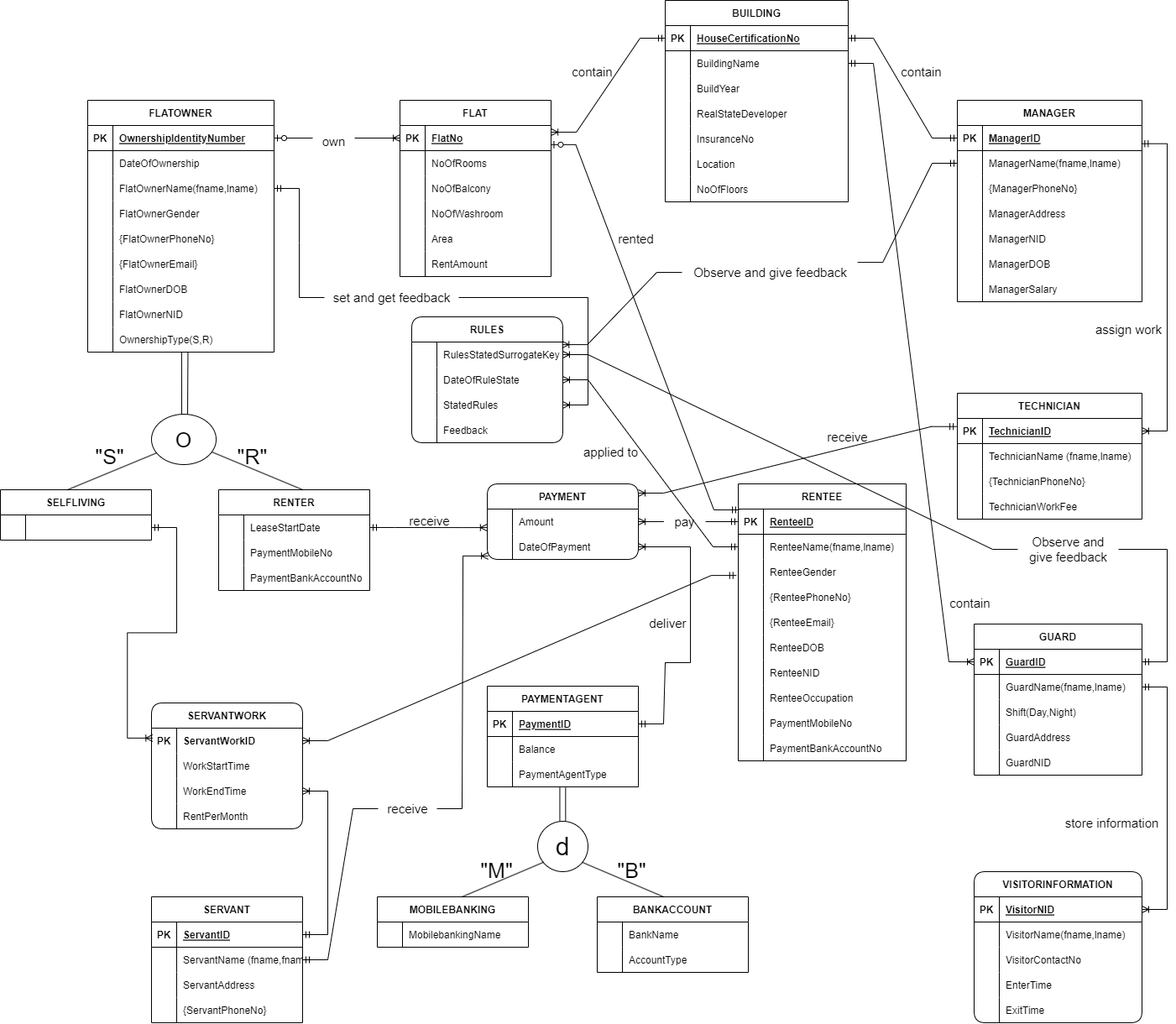
Earlier version of the draw.io export Documentation Pictures/EERD.png (toushifhossain1/Residential-Management-and-Monitoring-System). Source tidied: cells renumbered, new cells last; positions are measured from the earlier drawing's top-left corner, leaving out a move shared by most shapes.
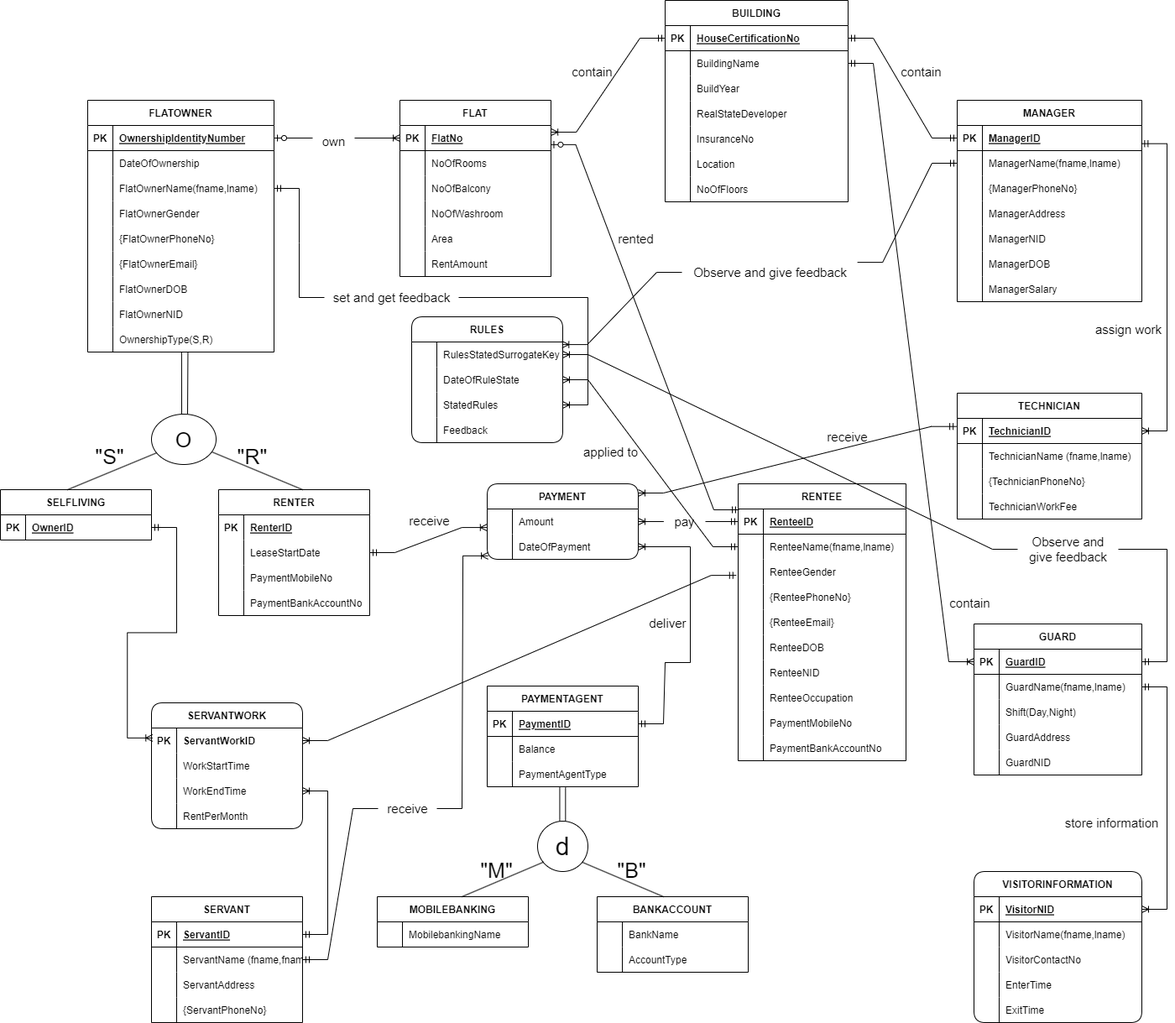
The same diagram one commit later.

Change to the diagram source:
```diff
@@ -3,10 +3,19 @@
     <mxCell id="0" />
     <mxCell id="1" parent="0" />
     <mxCell id="2" value="RENTER" style="shape=table;startSize=30;rowLines=0;fontStyle=1;align=center;" parent="1" vertex="1">
-      <mxGeometry x="260" y="583" width="180" height="120" as="geometry" />
+      <mxGeometry x="260" y="583" width="180" height="150" as="geometry" />
     </mxCell>
+    <mxCell id="306" style="shape=tableRow;horizontal=0;startSize=0;swimlaneHead=0;swimlaneBody=0;fillColor=none;top=0;left=0;right=0;bottom=0;" parent="2" vertex="1">
+      <mxGeometry y="30" width="180" height="30" as="geometry" />
+    </mxCell>
+    <mxCell id="307" value="PK" style="shape=partialRectangle;fillColor=none;top=0;left=0;bottom=0;right=0;overflow=hidden;fontStyle=1;" parent="306" vertex="1">
+      <mxGeometry width="30" height="30" as="geometry" />
+    </mxCell>
+    <mxCell id="308" value="RenterID" style="shape=partialRectangle;fillColor=none;top=0;left=0;bottom=0;right=0;align=left;spacingLeft=6;overflow=hidden;fontStyle=5;" parent="306" vertex="1">
+      <mxGeometry x="30" width="150" height="30" as="geometry" />
+    </mxCell>
     <mxCell id="3" style="shape=tableRow;horizontal=0;startSize=0;swimlaneHead=0;swimlaneBody=0;fillColor=none;points=[[0,0.5],[1,0.5]];portConstraint=eastwest;top=0;left=0;right=0;bottom=0;" parent="2" vertex="1">
-      <mxGeometry y="30" width="180" height="30" as="geometry" />
+      <mxGeometry y="60" width="180" height="30" as="geometry" />
     </mxCell>
     <mxCell id="4" style="shape=partialRectangle;fillColor=none;top=0;left=0;bottom=0;right=0;overflow=hidden;" parent="3" vertex="1">
       <mxGeometry width="30" height="30" as="geometry" />
@@ -15,7 +24,7 @@
       <mxGeometry x="30" width="150" height="30" as="geometry" />
     </mxCell>
     <mxCell id="6" style="shape=tableRow;horizontal=0;startSize=0;swimlaneHead=0;swimlaneBody=0;fillColor=none;top=0;left=0;right=0;bottom=0;" parent="2" vertex="1">
-      <mxGeometry y="60" width="180" height="30" as="geometry" />
+      <mxGeometry y="90" width="180" height="30" as="geometry" />
     </mxCell>
     <mxCell id="7" style="shape=partialRectangle;fillColor=none;top=0;left=0;bottom=0;right=0;overflow=hidden;" parent="6" vertex="1">
       <mxGeometry width="30" height="30" as="geometry" />
@@ -24,7 +33,7 @@
       <mxGeometry x="30" width="150" height="30" as="geometry" />
     </mxCell>
     <mxCell id="9" style="shape=tableRow;horizontal=0;startSize=0;swimlaneHead=0;swimlaneBody=0;fillColor=none;top=0;left=0;right=0;bottom=0;" parent="2" vertex="1">
-      <mxGeometry y="90" width="180" height="30" as="geometry" />
+      <mxGeometry y="120" width="180" height="30" as="geometry" />
     </mxCell>
     <mxCell id="10" style="shape=partialRectangle;fillColor=none;top=0;left=0;bottom=0;right=0;overflow=hidden;" parent="9" vertex="1">
       <mxGeometry width="30" height="30" as="geometry" />
@@ -305,10 +314,10 @@
     <mxCell id="102" style="shape=tableRow;horizontal=0;startSize=0;swimlaneHead=0;swimlaneBody=0;fillColor=none;points=[[0,0.5],[1,0.5]];portConstraint=eastwest;top=0;left=0;right=0;bottom=0;" parent="101" vertex="1">
       <mxGeometry y="30" width="180" height="30" as="geometry" />
     </mxCell>
-    <mxCell id="103" style="shape=partialRectangle;fillColor=none;top=0;left=0;bottom=0;right=0;overflow=hidden;" parent="102" vertex="1">
+    <mxCell id="103" value="PK" style="shape=partialRectangle;fillColor=none;top=0;left=0;bottom=0;right=0;overflow=hidden;fontStyle=1;" parent="102" vertex="1">
       <mxGeometry width="30" height="30" as="geometry" />
     </mxCell>
-    <mxCell id="104" style="shape=partialRectangle;fillColor=none;top=0;left=0;bottom=0;right=0;align=left;spacingLeft=6;overflow=hidden;" parent="102" vertex="1">
+    <mxCell id="104" value="OwnerID" style="shape=partialRectangle;fillColor=none;top=0;left=0;bottom=0;right=0;align=left;spacingLeft=6;overflow=hidden;fontStyle=5;" parent="102" vertex="1">
       <mxGeometry x="30" width="150" height="30" as="geometry" />
     </mxCell>
     <mxCell id="105" style="endArrow=none;html=1;rounded=0;exitX=0.538;exitY=0.998;exitDx=0;exitDy=0;exitPerimeter=0;" parent="1" edge="1" source="98">
```
